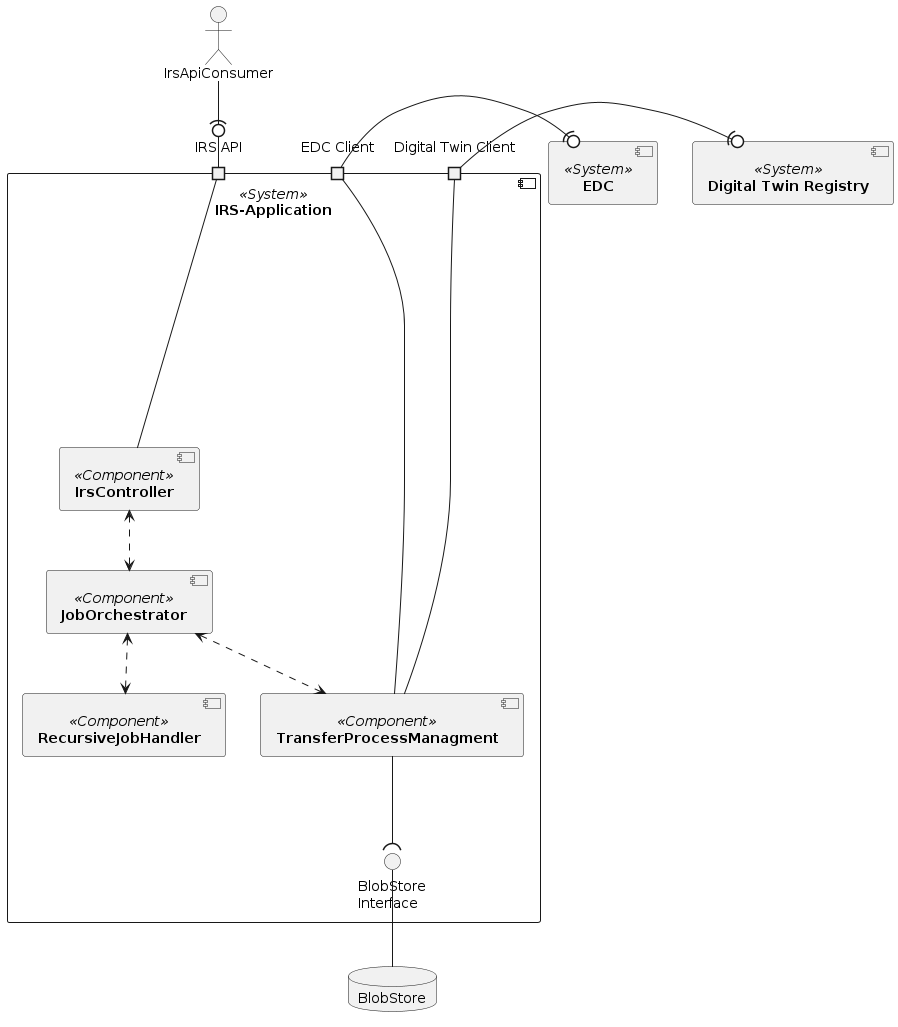
The PlantUML diagram docs/assets/arc42/arc42_003.png in catenax-ng/tx-item-relationship-service, before a commit.
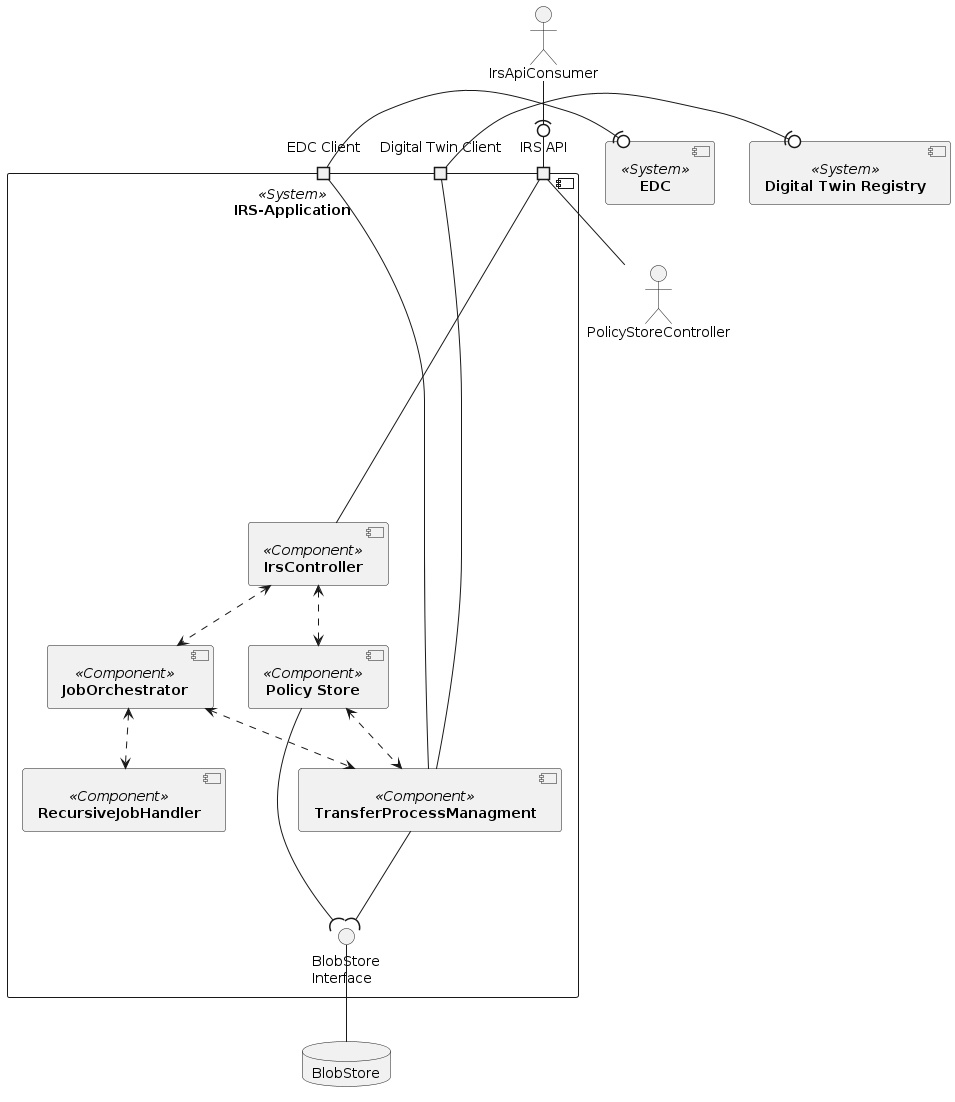
Later version of the same file.

What changed in the source:
```diff
@@ -7,8 +7,7 @@
     component [**IrsController**] <<Component>> as IrsController
     component [**JobOrchestrator**] <<Component>> as JobOrchestrator
     component [**TransferProcessManagment**] <<Component>> as TransferProcessManagement
-
-
+    component [**Policy Store**] <<Component>> as PolicyStore
 
     port "IRS API" as API_PORT
     port "Digital Twin Client" as AAS_PORT
@@ -21,6 +20,9 @@
     JobOrchestrator <..> TransferProcessManagement
     JobOrchestrator <..> RecursiveJobHandler
     TransferProcessManagement --( StoreInterface
+    PolicyStore --( StoreInterface
+    PolicyStore <..> TransferProcessManagement
+    IrsController <..> PolicyStore
 
 
 }
@@ -28,6 +30,7 @@
 component [**EDC**] <<System>> as EDC
 actor IrsApiConsumer
 IrsController -up- API_PORT
+PolicyStoreController -up- API_PORT
 IrsApiConsumer -(0- API_PORT
 
 
```
